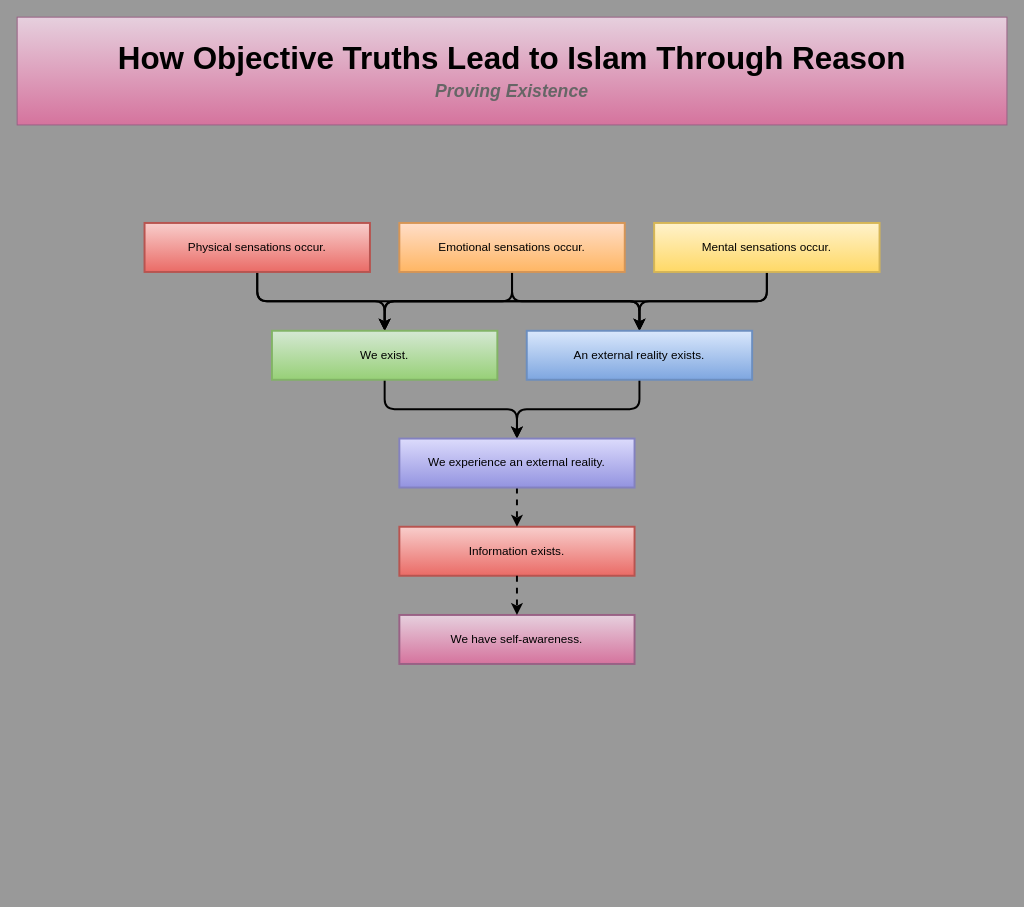
Earlier version of the draw.io diagram page "1 - Proving Existence" (3 of 21) of Comparative Religion/How Objective Truths Lead to Islam through Reason.drawio (ixm-ibrahim/Diagrams). Source tidied: cells renumbered, new cells numbered last; positions are measured from the earlier drawing's top-left corner, leaving out a move shared by most shapes. Both pictures are drawn from the tidied source at 98%, with x=0, y=0 at pixel (17, 17).
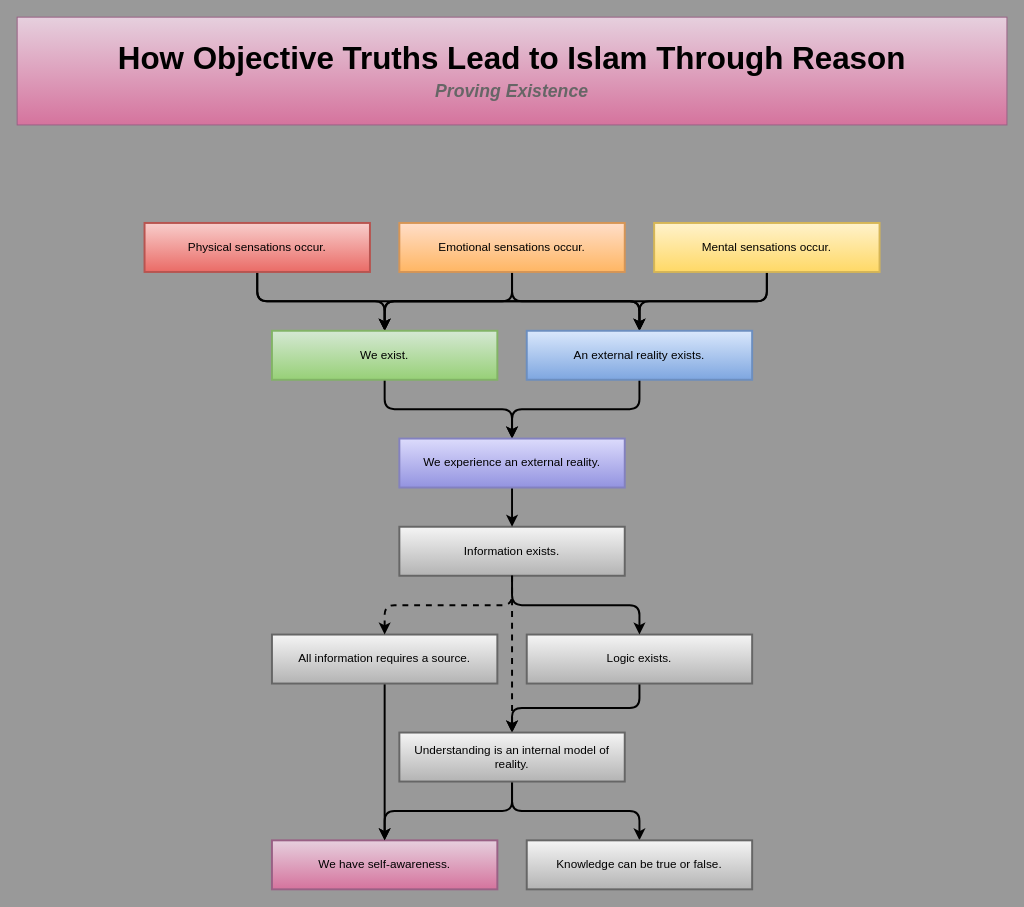
The same diagram, later.

Commit message (it also covers changes not shown here):
added summary, and finished up to "logic exists" and "we have self-awareness"

- also added to and modified color structure

The edit, as a diff of the source:
```diff
@@
-    <mxCell id="4" value="&lt;font style=&quot;font-size: 12px;&quot;&gt;Physical sensations occur.&lt;/font&gt;" style="rounded=0;whiteSpace=wrap;html=1;fillColor=#f8cecc;gradientColor=#ea6b66;strokeColor=#b85450;strokeWidth=2;fontSize=1;" parent="1" vertex="1">
+    <mxCell id="4" value="&lt;font style=&quot;font-size: 12px;&quot;&gt;Physical sensations occur.&lt;/font&gt;" style="rounded=0;whiteSpace=wrap;html=1;fillColor=#F8CECC;gradientColor=#EA6B66;strokeColor=#b85450;strokeWidth=2;fontSize=1;" parent="1" vertex="1">
       <mxGeometry x="130" y="210" width="230" height="50" as="geometry" />
     </mxCell>
@@
-    <mxCell id="15" value="&lt;font style=&quot;font-size: 12px;&quot;&gt;Information exists.&lt;/font&gt;" style="rounded=0;whiteSpace=wrap;html=1;fillColor=#f8cecc;gradientColor=#ea6b66;strokeColor=#b85450;strokeWidth=2;fontSize=1;" parent="1" vertex="1">
-      <mxGeometry x="390" y="520" width="240" height="50" as="geometry" />
+    <mxCell id="15" value="&lt;font style=&quot;font-size: 12px;&quot;&gt;Information exists.&lt;/font&gt;" style="rounded=0;whiteSpace=wrap;html=1;fillColor=#f5f5f5;gradientColor=#b3b3b3;strokeColor=#666666;strokeWidth=2;fontSize=1;" parent="1" vertex="1">
+      <mxGeometry x="390" y="520" width="230" height="50" as="geometry" />
     </mxCell>
-    <mxCell id="16" style="edgeStyle=elbowEdgeStyle;shape=connector;curved=0;rounded=1;jettySize=auto;elbow=vertical;html=1;exitX=0.5;exitY=1;exitDx=0;exitDy=0;entryX=0.5;entryY=0;entryDx=0;entryDy=0;strokeColor=default;strokeWidth=2;align=center;verticalAlign=middle;fontFamily=Helvetica;fontSize=11;fontColor=default;labelBackgroundColor=default;endArrow=classic;dashed=1;" parent="1" edge="1" source="17" target="15">
+    <mxCell id="16" style="edgeStyle=elbowEdgeStyle;shape=connector;curved=0;rounded=1;jettySize=auto;elbow=vertical;html=1;exitX=0.5;exitY=1;exitDx=0;exitDy=0;entryX=0.5;entryY=0;entryDx=0;entryDy=0;strokeColor=default;strokeWidth=2;align=center;verticalAlign=middle;fontFamily=Helvetica;fontSize=11;fontColor=default;labelBackgroundColor=default;endArrow=classic;" parent="1" edge="1" source="17" target="15">
       <mxGeometry relative="1" as="geometry" />
     </mxCell>
     <mxCell id="17" value="&lt;font style=&quot;font-size: 12px;&quot;&gt;We experience an external reality.&lt;/font&gt;" style="rounded=0;whiteSpace=wrap;html=1;fillColor=#DCDBFC;gradientColor=#9393E0;strokeColor=#8381BF;strokeWidth=2;fontSize=1;" parent="1" vertex="1">
-      <mxGeometry x="390" y="430" width="240" height="50" as="geometry" />
+      <mxGeometry x="390" y="430" width="230" height="50" as="geometry" />
     </mxCell>
@@
+    <mxCell id="20" style="edgeStyle=elbowEdgeStyle;shape=connector;curved=0;rounded=1;jettySize=auto;elbow=vertical;html=1;exitX=0.5;exitY=1;exitDx=0;exitDy=0;entryX=0.5;entryY=0;entryDx=0;entryDy=0;strokeColor=default;strokeWidth=2;align=center;verticalAlign=middle;fontFamily=Helvetica;fontSize=11;fontColor=default;labelBackgroundColor=default;endArrow=classic;dashed=1;" parent="1" edge="1" source="15" target="26">
+      <mxGeometry relative="1" as="geometry" />
+    </mxCell>
+    <mxCell id="21" style="edgeStyle=elbowEdgeStyle;shape=connector;curved=0;rounded=1;jettySize=auto;elbow=vertical;html=1;exitX=0.5;exitY=1;exitDx=0;exitDy=0;entryX=0.5;entryY=0;entryDx=0;entryDy=0;strokeColor=default;strokeWidth=2;align=center;verticalAlign=middle;fontFamily=Helvetica;fontSize=11;fontColor=default;labelBackgroundColor=default;endArrow=classic;" parent="1" edge="1" source="22" target="26">
+      <mxGeometry relative="1" as="geometry" />
+    </mxCell>
+    <mxCell id="22" value="&lt;font style=&quot;font-size: 12px;&quot;&gt;Logic exists.&lt;/font&gt;" style="rounded=0;whiteSpace=wrap;html=1;fillColor=#f5f5f5;gradientColor=#b3b3b3;strokeColor=#666666;strokeWidth=2;fontSize=1;" parent="1" vertex="1">
+      <mxGeometry x="520" y="630" width="230" height="50" as="geometry" />
+    </mxCell>
+    <mxCell id="23" style="edgeStyle=elbowEdgeStyle;shape=connector;curved=0;rounded=1;jettySize=auto;elbow=vertical;html=1;exitX=0.5;exitY=1;exitDx=0;exitDy=0;entryX=0.5;entryY=0;entryDx=0;entryDy=0;strokeColor=default;strokeWidth=2;align=center;verticalAlign=middle;fontFamily=Helvetica;fontSize=11;fontColor=default;labelBackgroundColor=default;endArrow=classic;" parent="1" edge="1" source="15" target="22">
+      <mxGeometry relative="1" as="geometry" />
+    </mxCell>
     <mxCell id="19" value="&lt;font style=&quot;font-size: 12px;&quot;&gt;We have self-awareness.&lt;/font&gt;" style="rounded=0;whiteSpace=wrap;html=1;fillColor=#e6d0de;gradientColor=#d5739d;strokeColor=#996185;strokeWidth=2;fontSize=1;" parent="1" vertex="1">
-      <mxGeometry x="390" y="610" width="240" height="50" as="geometry" />
+      <mxGeometry x="260" y="840" width="230" height="50" as="geometry" />
     </mxCell>
-    <mxCell id="20" style="edgeStyle=elbowEdgeStyle;shape=connector;curved=0;rounded=1;jettySize=auto;elbow=vertical;html=1;exitX=0.5;exitY=1;exitDx=0;exitDy=0;entryX=0.5;entryY=0;entryDx=0;entryDy=0;strokeColor=default;strokeWidth=2;align=center;verticalAlign=middle;fontFamily=Helvetica;fontSize=11;fontColor=default;labelBackgroundColor=default;endArrow=classic;dashed=1;" parent="1" edge="1" source="15" target="19">
-      <mxGeometry relative="1" as="geometry" />
-    </mxCell>
+    <mxCell id="24" style="edgeStyle=elbowEdgeStyle;shape=connector;curved=0;rounded=1;jettySize=auto;elbow=vertical;html=1;exitX=0.5;exitY=1;exitDx=0;exitDy=0;entryX=0.5;entryY=0;entryDx=0;entryDy=0;strokeColor=default;strokeWidth=2;align=center;verticalAlign=middle;fontFamily=Helvetica;fontSize=11;fontColor=default;labelBackgroundColor=default;endArrow=classic;" parent="1" edge="1" source="26" target="19">
+      <mxGeometry relative="1" as="geometry" />
+    </mxCell>
+    <mxCell id="25" style="edgeStyle=elbowEdgeStyle;shape=connector;curved=0;rounded=1;jettySize=auto;elbow=vertical;html=1;exitX=0.5;exitY=1;exitDx=0;exitDy=0;entryX=0.5;entryY=0;entryDx=0;entryDy=0;strokeColor=default;strokeWidth=2;align=center;verticalAlign=middle;fontFamily=Helvetica;fontSize=11;fontColor=default;labelBackgroundColor=default;endArrow=classic;" parent="1" edge="1" source="26" target="30">
+      <mxGeometry relative="1" as="geometry" />
+    </mxCell>
+    <mxCell id="26" value="&lt;font style=&quot;font-size: 12px;&quot;&gt;Understanding is an internal model of reality.&lt;/font&gt;" style="rounded=0;whiteSpace=wrap;html=1;fillColor=#f5f5f5;gradientColor=#b3b3b3;strokeColor=#666666;strokeWidth=2;fontSize=1;" parent="1" vertex="1">
+      <mxGeometry x="390" y="730" width="230" height="50" as="geometry" />
+    </mxCell>
+    <mxCell id="27" style="edgeStyle=elbowEdgeStyle;shape=connector;curved=0;rounded=1;jettySize=auto;elbow=vertical;html=1;exitX=0.5;exitY=1;exitDx=0;exitDy=0;entryX=0.5;entryY=0;entryDx=0;entryDy=0;strokeColor=default;strokeWidth=2;align=center;verticalAlign=middle;fontFamily=Helvetica;fontSize=11;fontColor=default;labelBackgroundColor=default;endArrow=classic;" parent="1" edge="1" source="28" target="19">
+      <mxGeometry relative="1" as="geometry" />
+    </mxCell>
+    <mxCell id="28" value="&lt;font style=&quot;font-size: 12px;&quot;&gt;All information requires a source.&lt;/font&gt;" style="rounded=0;whiteSpace=wrap;html=1;fillColor=#f5f5f5;gradientColor=#b3b3b3;strokeColor=#666666;strokeWidth=2;fontSize=1;" parent="1" vertex="1">
+      <mxGeometry x="260" y="630" width="230" height="50" as="geometry" />
+    </mxCell>
+    <mxCell id="29" style="edgeStyle=elbowEdgeStyle;shape=connector;curved=0;rounded=1;jettySize=auto;elbow=vertical;html=1;exitX=0.5;exitY=1;exitDx=0;exitDy=0;entryX=0.5;entryY=0;entryDx=0;entryDy=0;strokeColor=default;strokeWidth=2;align=center;verticalAlign=middle;fontFamily=Helvetica;fontSize=11;fontColor=default;labelBackgroundColor=default;endArrow=classic;dashed=1;" parent="1" edge="1" source="15" target="28">
+      <mxGeometry relative="1" as="geometry" />
+    </mxCell>
+    <mxCell id="30" value="&lt;font style=&quot;font-size: 12px;&quot;&gt;Knowledge can be true or false.&lt;/font&gt;" style="rounded=0;whiteSpace=wrap;html=1;fillColor=#f5f5f5;gradientColor=#b3b3b3;strokeColor=#666666;strokeWidth=2;fontSize=1;" parent="1" vertex="1">
+      <mxGeometry x="520" y="840" width="230" height="50" as="geometry" />
+    </mxCell>
+    <mxCell id="31" style="rounded=0;whiteSpace=wrap;html=1;fontFamily=Helvetica;fontSize=11;fontColor=default;labelBackgroundColor=default;fillColor=none;strokeColor=none;" parent="1" vertex="1">
+      <mxGeometry x="330" y="65" width="350" height="25" as="geometry" />
+    </mxCell>
```
